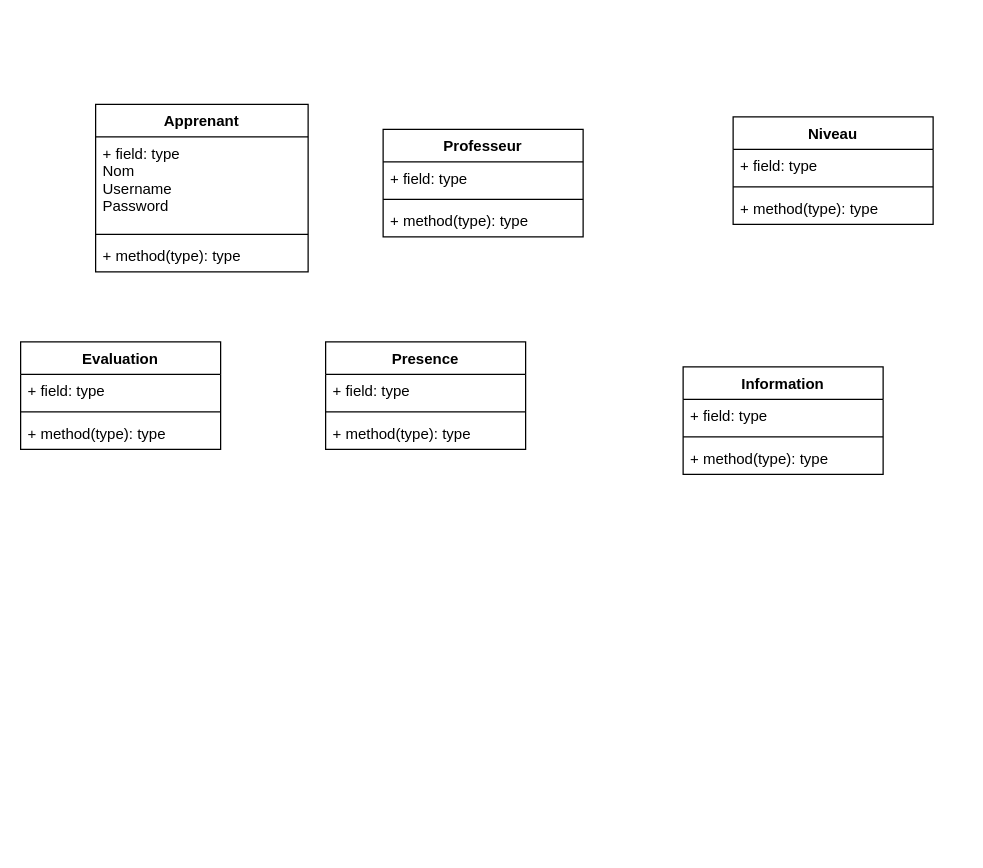
Earlier version of the draw.io diagram Diagramme sans nom.drawio (BachirSylla/Mon-memoire). Source tidied: cells renumbered, new cells numbered last; positions are measured from the earlier drawing's top-left corner, leaving out a move shared by most shapes. Both pictures are drawn from the tidied source at 125%, with x=0, y=0 at pixel (20, 104).
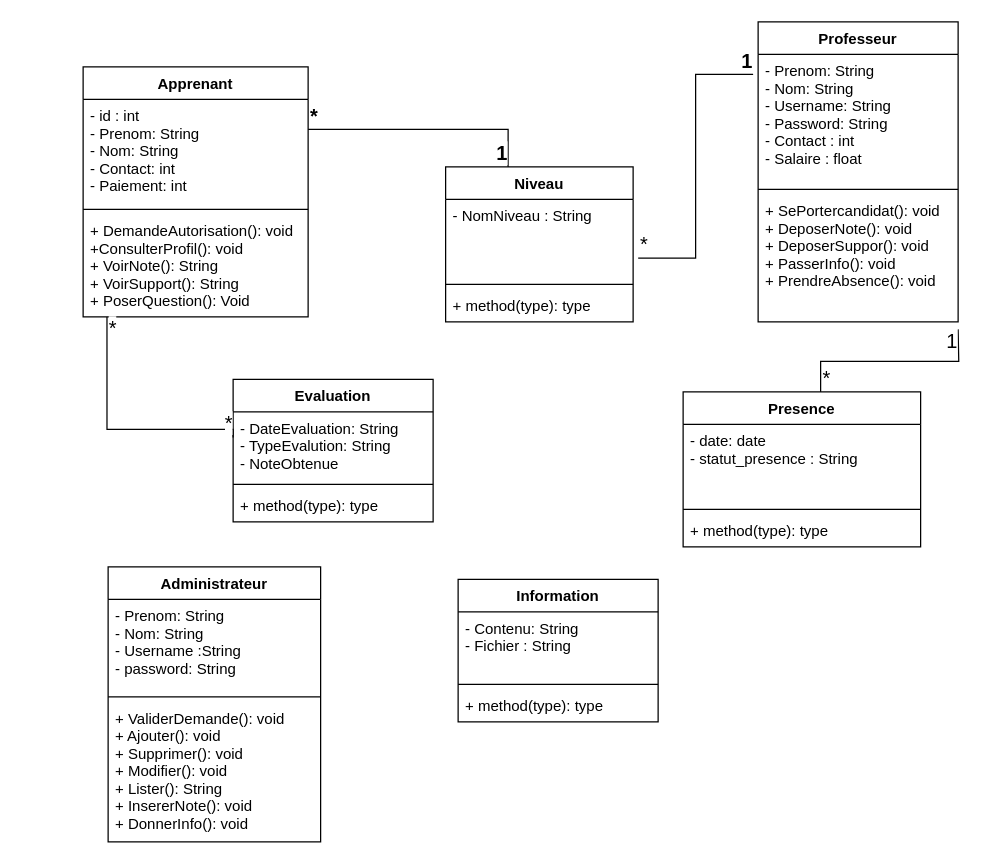
The same page after the edit.

What changed in the source:
```diff
@@
     <mxCell id="2" value="Professeur" style="swimlane;fontStyle=1;align=center;verticalAlign=top;horizontal=1;startSize=26;" parent="1" vertex="1">
-      <mxGeometry x="290" y="20" width="160" height="86" as="geometry" />
+      <mxGeometry x="590" y="-66" width="160" height="240" as="geometry" />
     </mxCell>
-    <mxCell id="3" value="+ field: type" style="text;strokeColor=none;fillColor=none;align=left;verticalAlign=top;spacingLeft=4;spacingRight=4;overflow=hidden;points=[[0,0.5],[1,0.5]];portConstraint=eastwest;" parent="2" vertex="1">
-      <mxGeometry y="26" width="160" height="26" as="geometry" />
+    <mxCell id="3" value="- Prenom: String&#10;- Nom: String&#10;- Username: String&#10;- Password: String&#10;- Contact : int&#10;- Salaire : float" style="text;strokeColor=none;fillColor=none;align=left;verticalAlign=top;spacingLeft=4;spacingRight=4;overflow=hidden;points=[[0,0.5],[1,0.5]];portConstraint=eastwest;" parent="2" vertex="1">
+      <mxGeometry y="26" width="160" height="104" as="geometry" />
     </mxCell>
     <mxCell id="4" style="line;strokeWidth=1;fillColor=none;align=left;verticalAlign=middle;spacingTop=-1;spacingLeft=3;spacingRight=3;labelPosition=right;strokeColor=inherit;" parent="2" vertex="1">
-      <mxGeometry y="52" width="160" height="8" as="geometry" />
+      <mxGeometry y="130" width="160" height="8" as="geometry" />
     </mxCell>
-    <mxCell id="5" value="+ method(type): type" style="text;strokeColor=none;fillColor=none;align=left;verticalAlign=top;spacingLeft=4;spacingRight=4;overflow=hidden;" parent="2" vertex="1">
-      <mxGeometry y="60" width="160" height="26" as="geometry" />
+    <mxCell id="5" value="+ SePortercandidat(): void&#10;+ DeposerNote(): void&#10;+ DeposerSuppor(): void&#10;+ PasserInfo(): void&#10;+ PrendreAbsence(): void" style="text;strokeColor=none;fillColor=none;align=left;verticalAlign=top;spacingLeft=4;spacingRight=4;overflow=hidden;" parent="2" vertex="1">
+      <mxGeometry y="138" width="160" height="102" as="geometry" />
     </mxCell>
     <mxCell id="6" value="Apprenant" style="swimlane;fontStyle=1;align=center;verticalAlign=top;horizontal=1;startSize=26;" parent="1" vertex="1">
-      <mxGeometry x="60" width="170" height="134" as="geometry" />
+      <mxGeometry x="50" y="-30" width="180" height="200" as="geometry" />
     </mxCell>
-    <mxCell id="7" value="+ field: type&#10;Nom&#10;Username&#10;Password&#10;" style="text;strokeColor=none;fillColor=none;align=left;verticalAlign=top;spacingLeft=4;spacingRight=4;overflow=hidden;" parent="6" vertex="1">
-      <mxGeometry y="26" width="170" height="74" as="geometry" />
+    <mxCell id="7" value="- id : int&#10;- Prenom: String&#10;- Nom: String&#10;- Contact: int&#10;- Paiement: int" style="text;strokeColor=none;fillColor=none;align=left;verticalAlign=top;spacingLeft=4;spacingRight=4;overflow=hidden;" parent="6" vertex="1">
+      <mxGeometry y="26" width="180" height="84" as="geometry" />
     </mxCell>
     <mxCell id="8" style="line;strokeWidth=1;fillColor=none;align=left;verticalAlign=middle;spacingTop=-1;spacingLeft=3;spacingRight=3;labelPosition=right;strokeColor=inherit;" parent="6" vertex="1">
-      <mxGeometry y="100" width="170" height="8" as="geometry" />
+      <mxGeometry y="110" width="180" height="8" as="geometry" />
     </mxCell>
-    <mxCell id="9" value="+ method(type): type" style="text;strokeColor=none;fillColor=none;align=left;verticalAlign=top;spacingLeft=4;spacingRight=4;overflow=hidden;points=[[0,0.5],[1,0.5]];portConstraint=eastwest;" parent="6" vertex="1">
-      <mxGeometry y="108" width="170" height="26" as="geometry" />
+    <mxCell id="9" value="+ DemandeAutorisation(): void&#10;+ConsulterProfil(): void&#10;+ VoirNote(): String&#10;+ VoirSupport(): String&#10;+ PoserQuestion(): Void" style="text;strokeColor=none;fillColor=none;align=left;verticalAlign=top;spacingLeft=4;spacingRight=4;overflow=hidden;points=[[0,0.5],[1,0.5]];portConstraint=eastwest;" parent="6" vertex="1">
+      <mxGeometry y="118" width="180" height="82" as="geometry" />
     </mxCell>
     <mxCell id="10" value="Niveau" style="swimlane;fontStyle=1;align=center;verticalAlign=top;horizontal=1;startSize=26;" parent="1" vertex="1">
-      <mxGeometry x="570" y="10" width="160" height="86" as="geometry" />
+      <mxGeometry x="340" y="50" width="150" height="124" as="geometry" />
     </mxCell>
-    <mxCell id="11" value="+ field: type" style="text;strokeColor=none;fillColor=none;align=left;verticalAlign=top;spacingLeft=4;spacingRight=4;overflow=hidden;points=[[0,0.5],[1,0.5]];portConstraint=eastwest;" parent="10" vertex="1">
-      <mxGeometry y="26" width="160" height="26" as="geometry" />
+    <mxCell id="11" value="- NomNiveau : String" style="text;strokeColor=none;fillColor=none;align=left;verticalAlign=top;spacingLeft=4;spacingRight=4;overflow=hidden;points=[[0,0.5],[1,0.5]];portConstraint=eastwest;" parent="10" vertex="1">
+      <mxGeometry y="26" width="150" height="64" as="geometry" />
     </mxCell>
     <mxCell id="12" style="line;strokeWidth=1;fillColor=none;align=left;verticalAlign=middle;spacingTop=-1;spacingLeft=3;spacingRight=3;labelPosition=right;strokeColor=inherit;" parent="10" vertex="1">
-      <mxGeometry y="52" width="160" height="8" as="geometry" />
+      <mxGeometry y="90" width="150" height="8" as="geometry" />
     </mxCell>
     <mxCell id="13" value="+ method(type): type" style="text;strokeColor=none;fillColor=none;align=left;verticalAlign=top;spacingLeft=4;spacingRight=4;overflow=hidden;" parent="10" vertex="1">
-      <mxGeometry y="60" width="160" height="26" as="geometry" />
+      <mxGeometry y="98" width="150" height="26" as="geometry" />
     </mxCell>
     <mxCell id="14" value="Presence" style="swimlane;fontStyle=1;align=center;verticalAlign=top;horizontal=1;startSize=26;" parent="1" vertex="1">
-      <mxGeometry x="244" y="190" width="160" height="86" as="geometry" />
+      <mxGeometry x="530" y="230" width="190" height="124" as="geometry" />
     </mxCell>
-    <mxCell id="15" value="+ field: type" style="text;strokeColor=none;fillColor=none;align=left;verticalAlign=top;spacingLeft=4;spacingRight=4;overflow=hidden;" parent="14" vertex="1">
-      <mxGeometry y="26" width="160" height="26" as="geometry" />
+    <mxCell id="15" value="- date: date&#10;- statut_presence : String" style="text;strokeColor=none;fillColor=none;align=left;verticalAlign=top;spacingLeft=4;spacingRight=4;overflow=hidden;" parent="14" vertex="1">
+      <mxGeometry y="26" width="190" height="64" as="geometry" />
     </mxCell>
     <mxCell id="16" style="line;strokeWidth=1;fillColor=none;align=left;verticalAlign=middle;spacingTop=-1;spacingLeft=3;spacingRight=3;labelPosition=right;strokeColor=inherit;" parent="14" vertex="1">
-      <mxGeometry y="52" width="160" height="8" as="geometry" />
+      <mxGeometry y="90" width="190" height="8" as="geometry" />
     </mxCell>
     <mxCell id="17" value="+ method(type): type" style="text;strokeColor=none;fillColor=none;align=left;verticalAlign=top;spacingLeft=4;spacingRight=4;overflow=hidden;" parent="14" vertex="1">
-      <mxGeometry y="60" width="160" height="26" as="geometry" />
+      <mxGeometry y="98" width="190" height="26" as="geometry" />
     </mxCell>
     <mxCell id="18" value="Information" style="swimlane;fontStyle=1;align=center;verticalAlign=top;horizontal=1;startSize=26;" parent="1" vertex="1">
-      <mxGeometry x="530" y="210" width="160" height="86" as="geometry" />
+      <mxGeometry x="350" y="380" width="160" height="114" as="geometry" />
     </mxCell>
-    <mxCell id="19" value="+ field: type" style="text;strokeColor=none;fillColor=none;align=left;verticalAlign=top;spacingLeft=4;spacingRight=4;overflow=hidden;" parent="18" vertex="1">
-      <mxGeometry y="26" width="160" height="26" as="geometry" />
+    <mxCell id="19" value="- Contenu: String&#10;- Fichier : String" style="text;strokeColor=none;fillColor=none;align=left;verticalAlign=top;spacingLeft=4;spacingRight=4;overflow=hidden;" parent="18" vertex="1">
+      <mxGeometry y="26" width="160" height="54" as="geometry" />
     </mxCell>
     <mxCell id="20" style="line;strokeWidth=1;fillColor=none;align=left;verticalAlign=middle;spacingTop=-1;spacingLeft=3;spacingRight=3;labelPosition=right;strokeColor=inherit;" parent="18" vertex="1">
-      <mxGeometry y="52" width="160" height="8" as="geometry" />
+      <mxGeometry y="80" width="160" height="8" as="geometry" />
     </mxCell>
     <mxCell id="21" value="+ method(type): type" style="text;strokeColor=none;fillColor=none;align=left;verticalAlign=top;spacingLeft=4;spacingRight=4;overflow=hidden;" parent="18" vertex="1">
-      <mxGeometry y="60" width="160" height="26" as="geometry" />
+      <mxGeometry y="88" width="160" height="26" as="geometry" />
     </mxCell>
     <mxCell id="22" value="Evaluation" style="swimlane;fontStyle=1;align=center;verticalAlign=top;horizontal=1;startSize=26;" parent="1" vertex="1">
-      <mxGeometry y="190" width="160" height="86" as="geometry" />
+      <mxGeometry x="170" y="220" width="160" height="114" as="geometry" />
     </mxCell>
-    <mxCell id="23" value="+ field: type" style="text;strokeColor=none;fillColor=none;align=left;verticalAlign=top;spacingLeft=4;spacingRight=4;overflow=hidden;" parent="22" vertex="1">
-      <mxGeometry y="26" width="160" height="26" as="geometry" />
+    <mxCell id="23" value="- DateEvaluation: String&#10;- TypeEvalution: String &#10;- NoteObtenue" style="text;strokeColor=none;fillColor=none;align=left;verticalAlign=top;spacingLeft=4;spacingRight=4;overflow=hidden;" parent="22" vertex="1">
+      <mxGeometry y="26" width="160" height="54" as="geometry" />
     </mxCell>
     <mxCell id="24" style="line;strokeWidth=1;fillColor=none;align=left;verticalAlign=middle;spacingTop=-1;spacingLeft=3;spacingRight=3;labelPosition=right;strokeColor=inherit;" parent="22" vertex="1">
-      <mxGeometry y="52" width="160" height="8" as="geometry" />
+      <mxGeometry y="80" width="160" height="8" as="geometry" />
     </mxCell>
     <mxCell id="25" value="+ method(type): type" style="text;strokeColor=none;fillColor=none;align=left;verticalAlign=top;spacingLeft=4;spacingRight=4;overflow=hidden;" parent="22" vertex="1">
-      <mxGeometry y="60" width="160" height="26" as="geometry" />
+      <mxGeometry y="88" width="160" height="26" as="geometry" />
     </mxCell>
+    <mxCell id="26" value="Administrateur" style="swimlane;fontStyle=1;align=center;verticalAlign=top;horizontal=1;startSize=26;" parent="1" vertex="1">
+      <mxGeometry x="70" y="370" width="170" height="220" as="geometry" />
+    </mxCell>
+    <mxCell id="27" value="- Prenom: String&#10;- Nom: String&#10;- Username :String&#10;- password: String" style="text;strokeColor=none;fillColor=none;align=left;verticalAlign=top;spacingLeft=4;spacingRight=4;overflow=hidden;" parent="26" vertex="1">
+      <mxGeometry y="26" width="170" height="74" as="geometry" />
+    </mxCell>
+    <mxCell id="28" style="line;strokeWidth=1;fillColor=none;align=left;verticalAlign=middle;spacingTop=-1;spacingLeft=3;spacingRight=3;labelPosition=right;strokeColor=inherit;" parent="26" vertex="1">
+      <mxGeometry y="100" width="170" height="8" as="geometry" />
+    </mxCell>
+    <mxCell id="29" value="+ ValiderDemande(): void&#10;+ Ajouter(): void&#10;+ Supprimer(): void&#10;+ Modifier(): void&#10;+ Lister(): String&#10;+ InsererNote(): void&#10;+ DonnerInfo(): void" style="text;strokeColor=none;fillColor=none;align=left;verticalAlign=top;spacingLeft=4;spacingRight=4;overflow=hidden;" parent="26" vertex="1">
+      <mxGeometry y="108" width="170" height="112" as="geometry" />
+    </mxCell>
+    <mxCell id="30" style="endArrow=none;html=1;edgeStyle=orthogonalEdgeStyle;rounded=0;entryX=0.333;entryY=0;entryDx=0;entryDy=0;entryPerimeter=0;" parent="1" edge="1" target="10">
+      <mxGeometry relative="1" as="geometry">
+        <mxPoint x="230" y="20" as="sourcePoint" />
+        <Array as="points">
+          <mxPoint x="390" y="20" />
+        </Array>
+      </mxGeometry>
+    </mxCell>
+    <mxCell id="31" value="*" style="edgeLabel;html=1;align=left;verticalAlign=bottom;fontStyle=1;fontSize=16;" parent="30" vertex="1">
+      <mxGeometry x="-1" relative="1" as="geometry" />
+    </mxCell>
+    <mxCell id="32" value="1" style="edgeLabel;html=1;align=right;verticalAlign=bottom;fontStyle=1;fontSize=16;" parent="30" vertex="1">
+      <mxGeometry x="1" relative="1" as="geometry" />
+    </mxCell>
+    <mxCell id="33" style="endArrow=none;html=1;edgeStyle=orthogonalEdgeStyle;rounded=0;fontSize=16;entryX=-0.025;entryY=0.154;entryDx=0;entryDy=0;entryPerimeter=0;exitX=1.027;exitY=0.734;exitDx=0;exitDy=0;exitPerimeter=0;" parent="1" edge="1" source="11" target="3">
+      <mxGeometry relative="1" as="geometry" />
+    </mxCell>
+    <mxCell id="34" value="*" style="edgeLabel;html=1;align=left;verticalAlign=bottom;fontSize=16;" parent="33" vertex="1">
+      <mxGeometry x="-1" relative="1" as="geometry" />
+    </mxCell>
+    <mxCell id="35" value="1" style="edgeLabel;html=1;align=right;verticalAlign=bottom;fontSize=16;fontStyle=1;" parent="33" vertex="1">
+      <mxGeometry x="1" relative="1" as="geometry" />
+    </mxCell>
+    <mxCell id="36" style="endArrow=none;html=1;edgeStyle=orthogonalEdgeStyle;rounded=0;fontSize=16;exitX=0.106;exitY=1;exitDx=0;exitDy=0;exitPerimeter=0;" parent="1" edge="1" source="9">
+      <mxGeometry relative="1" as="geometry">
+        <mxPoint x="170" y="266.5" as="targetPoint" />
+        <Array as="points">
+          <mxPoint x="69" y="260" />
+          <mxPoint x="170" y="260" />
+        </Array>
+      </mxGeometry>
+    </mxCell>
+    <mxCell id="37" value="*" style="edgeLabel;html=1;align=left;verticalAlign=bottom;fontSize=16;" parent="36" vertex="1">
+      <mxGeometry x="-1" relative="1" as="geometry">
+        <mxPoint y="20" as="offset" />
+      </mxGeometry>
+    </mxCell>
+    <mxCell id="38" value="*" style="edgeLabel;html=1;align=right;verticalAlign=bottom;fontSize=16;" parent="36" vertex="1">
+      <mxGeometry x="1" relative="1" as="geometry" />
+    </mxCell>
+    <mxCell id="39" style="endArrow=none;html=1;edgeStyle=orthogonalEdgeStyle;rounded=0;fontSize=16;exitX=0.579;exitY=0;exitDx=0;exitDy=0;exitPerimeter=0;" parent="1" edge="1" source="14">
+      <mxGeometry relative="1" as="geometry">
+        <mxPoint x="750" y="180" as="targetPoint" />
+      </mxGeometry>
+    </mxCell>
+    <mxCell id="40" value="*" style="edgeLabel;html=1;align=left;verticalAlign=bottom;fontSize=16;" parent="39" vertex="1">
+      <mxGeometry x="-1" relative="1" as="geometry" />
+    </mxCell>
+    <mxCell id="41" value="1" style="edgeLabel;html=1;align=right;verticalAlign=bottom;fontSize=16;" parent="39" vertex="1">
+      <mxGeometry x="1" relative="1" as="geometry">
+        <mxPoint y="20" as="offset" />
+      </mxGeometry>
+    </mxCell>
```
